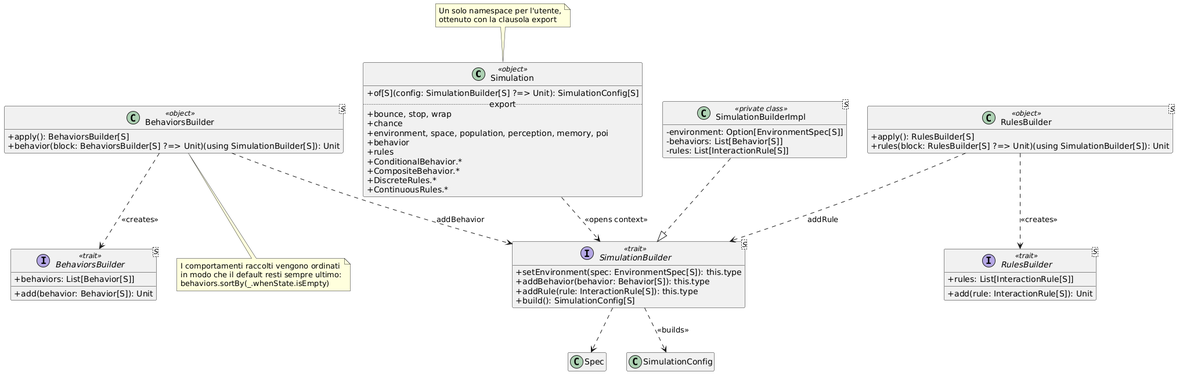
Above: docs/img/04-dsl-builders.png in alessiobifulco/PPS-25-ABMScala (PlantUML), before the change. The source it was exported from:
```plantuml
@startuml
skinparam classAttributeIconSize 0
skinparam shadowing false
hide empty members

class Simulation <<object>> {
  + of[S](config: SimulationBuilder[S] ?=> Unit): SimulationConfig[S]
  .. export ..
  + bounce, stop, wrap
  + chance
  + environment, space, population, perception, memory, poi
  + behavior
  + rules
  + ConditionalBehavior.*
  + CompositeBehavior.*
  + DiscreteRules.*
  + ContinuousRules.*
}

interface "SimulationBuilder<S>" as SB <<trait>> {
  + setEnvironment(spec: EnvironmentSpec[S]): this.type
  + addBehavior(behavior: Behavior[S]): this.type
  + addRule(rule: InteractionRule[S]): this.type
  + build(): SimulationConfig[S]
}

class "SimulationBuilderImpl<S>" as SBImpl <<private class>> {
  - environment: Option[EnvironmentSpec[S]]
  - behaviors: List[Behavior[S]]
  - rules: List[InteractionRule[S]]
}

interface "BehaviorsBuilder<S>" as BB <<trait>> {
  + add(behavior: Behavior[S]): Unit
  + behaviors: List[Behavior[S]]
}

class "BehaviorsBuilder<S>" as BBObj <<object>> {
  + apply(): BehaviorsBuilder[S]
  + behavior(block: BehaviorsBuilder[S] ?=> Unit)(using SimulationBuilder[S]): Unit
}

interface "RulesBuilder<S>" as RB <<trait>> {
  + add(rule: InteractionRule[S]): Unit
  + rules: List[InteractionRule[S]]
}

class "RulesBuilder<S>" as RBObj <<object>> {
  + apply(): RulesBuilder[S]
  + rules(block: RulesBuilder[S] ?=> Unit)(using SimulationBuilder[S]): Unit
}


SBImpl ..|> SB
BBObj ..> BB : <<creates>>
RBObj ..> RB : <<creates>>
Simulation ..> SB : <<opens context>>
BBObj ..> SB : addBehavior
RBObj ..> SB : addRule
SB ..> Spec
SB ..> SimulationConfig : <<builds>>

note bottom of BBObj
  I comportamenti raccolti vengono ordinati
  in modo che il default resti sempre ultimo:
  behaviors.sortBy(_.whenState.isEmpty)
end note

note top of Simulation
  Un solo namespace per l'utente,
  ottenuto con la clausola export
end note
@enduml
```
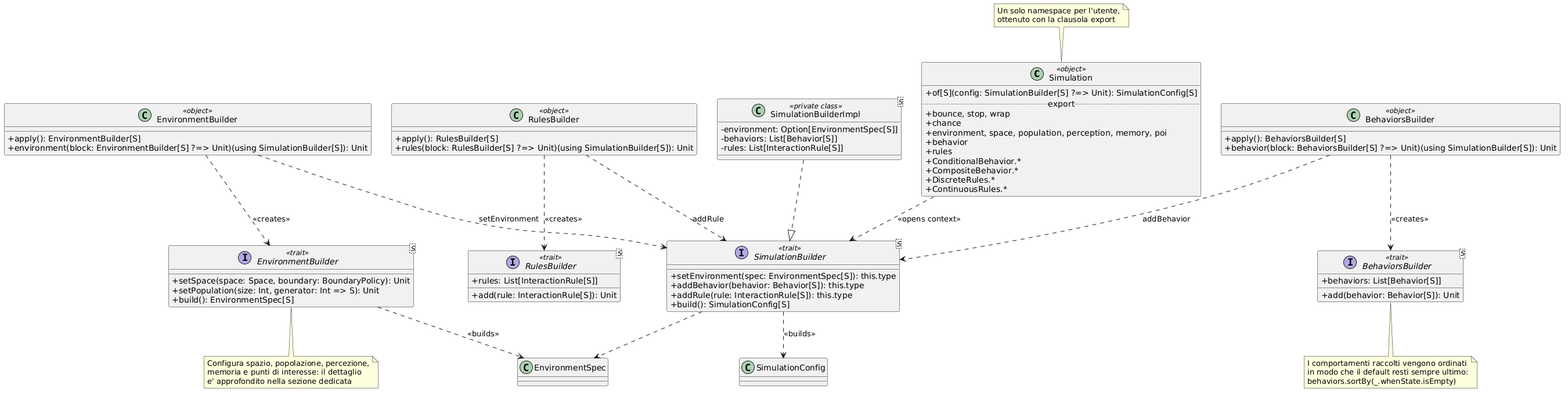
Above is the later version.

What changed in the source:
```diff
@@ -1,73 +1,95 @@
 @startuml
 skinparam classAttributeIconSize 0
-skinparam shadowing false
-hide empty members
 
 class Simulation <<object>> {
-  + of[S](config: SimulationBuilder[S] ?=> Unit): SimulationConfig[S]
+  +of[S](config: SimulationBuilder[S] ?=> Unit): SimulationConfig[S]
   .. export ..
-  + bounce, stop, wrap
-  + chance
-  + environment, space, population, perception, memory, poi
-  + behavior
-  + rules
-  + ConditionalBehavior.*
-  + CompositeBehavior.*
-  + DiscreteRules.*
-  + ContinuousRules.*
+  +bounce, stop, wrap
+  +chance
+  +environment, space, population, perception, memory, poi
+  +behavior
+  +rules
+  +ConditionalBehavior.*
+  +CompositeBehavior.*
+  +DiscreteRules.*
+  +ContinuousRules.*
 }
 
-interface "SimulationBuilder<S>" as SB <<trait>> {
-  + setEnvironment(spec: EnvironmentSpec[S]): this.type
-  + addBehavior(behavior: Behavior[S]): this.type
-  + addRule(rule: InteractionRule[S]): this.type
-  + build(): SimulationConfig[S]
+class EnvironmentBuilderObj as "EnvironmentBuilder" <<object>> {
+  +apply(): EnvironmentBuilder[S]
+  +environment(block: EnvironmentBuilder[S] ?=> Unit)(using SimulationBuilder[S]): Unit
 }
 
-class "SimulationBuilderImpl<S>" as SBImpl <<private class>> {
-  - environment: Option[EnvironmentSpec[S]]
-  - behaviors: List[Behavior[S]]
-  - rules: List[InteractionRule[S]]
+interface EnvironmentBuilder<S> <<trait>> {
+  +setSpace(space: Space, boundary: BoundaryPolicy): Unit
+  +setPopulation(size: Int, generator: Int => S): Unit
+  +build(): EnvironmentSpec[S]
 }
 
-interface "BehaviorsBuilder<S>" as BB <<trait>> {
-  + add(behavior: Behavior[S]): Unit
-  + behaviors: List[Behavior[S]]
+class BehaviorsBuilderObj as "BehaviorsBuilder" <<object>> {
+  +apply(): BehaviorsBuilder[S]
+  +behavior(block: BehaviorsBuilder[S] ?=> Unit)(using SimulationBuilder[S]): Unit
 }
 
-class "BehaviorsBuilder<S>" as BBObj <<object>> {
-  + apply(): BehaviorsBuilder[S]
-  + behavior(block: BehaviorsBuilder[S] ?=> Unit)(using SimulationBuilder[S]): Unit
+interface BehaviorsBuilder<S> <<trait>> {
+  +behaviors: List[Behavior[S]]
+  +add(behavior: Behavior[S]): Unit
 }
 
-interface "RulesBuilder<S>" as RB <<trait>> {
-  + add(rule: InteractionRule[S]): Unit
-  + rules: List[InteractionRule[S]]
+class RulesBuilderObj as "RulesBuilder" <<object>> {
+  +apply(): RulesBuilder[S]
+  +rules(block: RulesBuilder[S] ?=> Unit)(using SimulationBuilder[S]): Unit
 }
 
-class "RulesBuilder<S>" as RBObj <<object>> {
-  + apply(): RulesBuilder[S]
-  + rules(block: RulesBuilder[S] ?=> Unit)(using SimulationBuilder[S]): Unit
+interface RulesBuilder<S> <<trait>> {
+  +rules: List[InteractionRule[S]]
+  +add(rule: InteractionRule[S]): Unit
 }
 
+class SimulationBuilderImpl<S> <<private class>> {
+  -environment: Option[EnvironmentSpec[S]]
+  -behaviors: List[Behavior[S]]
+  -rules: List[InteractionRule[S]]
+}
 
-SBImpl ..|> SB
-BBObj ..> BB : <<creates>>
-RBObj ..> RB : <<creates>>
-Simulation ..> SB : <<opens context>>
-BBObj ..> SB : addBehavior
-RBObj ..> SB : addRule
-SB ..> Spec
-SB ..> SimulationConfig : <<builds>>
+interface SimulationBuilder<S> <<trait>> {
+  +setEnvironment(spec: EnvironmentSpec[S]): this.type
+  +addBehavior(behavior: Behavior[S]): this.type
+  +addRule(rule: InteractionRule[S]): this.type
+  +build(): SimulationConfig[S]
+}
 
-note bottom of BBObj
+class EnvironmentSpec
+class SimulationConfig
+
+Simulation ..> SimulationBuilder : <<opens context>>
+SimulationBuilderImpl ..|> SimulationBuilder
+
+EnvironmentBuilderObj ..> EnvironmentBuilder : <<creates>>
+EnvironmentBuilderObj ..> SimulationBuilder : setEnvironment
+BehaviorsBuilderObj ..> BehaviorsBuilder : <<creates>>
+BehaviorsBuilderObj ..> SimulationBuilder : addBehavior
+RulesBuilderObj ..> RulesBuilder : <<creates>>
+RulesBuilderObj ..> SimulationBuilder : addRule
+
+EnvironmentBuilder ..> EnvironmentSpec : <<builds>>
+SimulationBuilder ..> EnvironmentSpec
+SimulationBuilder ..> SimulationConfig : <<builds>>
+
+note top of Simulation
+  Un solo namespace per l'utente,
+  ottenuto con la clausola export
+end note
+
+note bottom of BehaviorsBuilder
   I comportamenti raccolti vengono ordinati
   in modo che il default resti sempre ultimo:
   behaviors.sortBy(_.whenState.isEmpty)
 end note
 
-note top of Simulation
-  Un solo namespace per l'utente,
-  ottenuto con la clausola export
+note bottom of EnvironmentBuilder
+  Configura spazio, popolazione, percezione,
+  memoria e punti di interesse: il dettaglio
+  e' approfondito nella sezione dedicata
 end note
 @enduml
```
